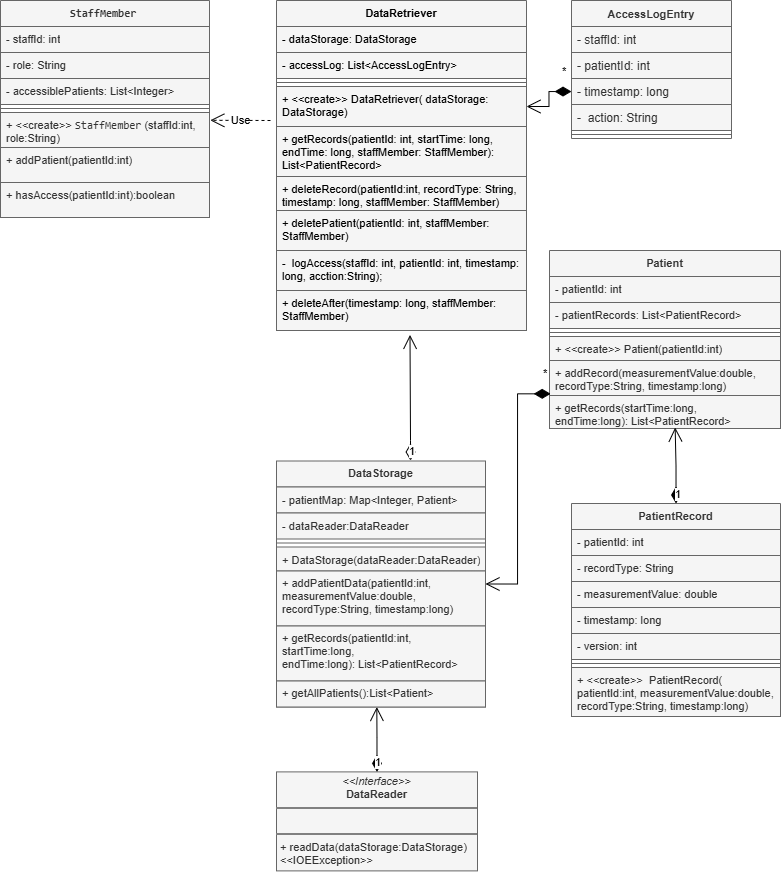
The draw.io diagram uml_models/DiagramDataStorageSystem.png in KlaraAlbertova/signal_project, before a commit. Source tidied: cells renumbered, new cells last; positions are measured from the earlier drawing's top-left corner, leaving out a move shared by most shapes.
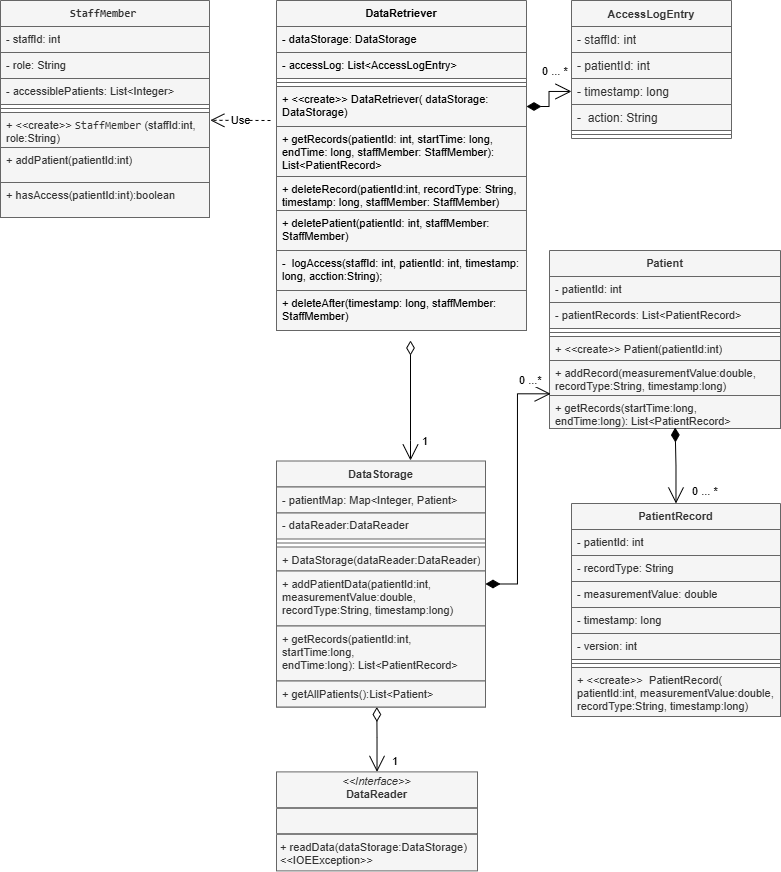
After the change.

The edit, as a diff of the source:
```diff
@@ -50,11 +50,11 @@
     <mxCell id="17" value="&lt;p style=&quot;margin:0px;margin-top:4px;text-align:center;&quot;&gt;&lt;i&gt;&amp;lt;&amp;lt;Interface&amp;gt;&amp;gt;&lt;/i&gt;&lt;br&gt;&lt;span style=&quot;text-align: left;&quot;&gt;&lt;b&gt;DataReader&lt;/b&gt;&lt;/span&gt;&lt;/p&gt;&lt;hr style=&quot;border-style:solid;&quot;&gt;&lt;p style=&quot;margin:0px;margin-left:4px;&quot;&gt;&lt;br&gt;&lt;/p&gt;&lt;hr style=&quot;border-style:solid;&quot;&gt;&lt;p style=&quot;margin:0px;margin-left:4px;&quot;&gt;+&amp;nbsp;&lt;span style=&quot;&quot;&gt;readData&lt;/span&gt;&lt;span style=&quot;&quot;&gt;(dataStorage:&lt;/span&gt;&lt;span style=&quot;&quot;&gt;DataStorage&lt;/span&gt;&lt;span style=&quot;&quot;&gt;) &amp;lt;&amp;lt;IOEException&amp;gt;&amp;gt;&lt;/span&gt;&lt;/p&gt;&lt;p style=&quot;margin:0px;margin-left:4px;&quot;&gt;&lt;br&gt;&lt;/p&gt;" style="verticalAlign=top;align=left;overflow=fill;html=1;whiteSpace=wrap;labelBackgroundColor=none;fontColor=#333333;fontSize=11;fontFamily=Helvetica;fillColor=#f5f5f5;strokeColor=#666666;" parent="1" vertex="1">
       <mxGeometry x="276" y="771.4" width="201" height="99" as="geometry" />
     </mxCell>
-    <mxCell id="18" value="1" style="endArrow=open;html=1;endSize=12;startArrow=diamondThin;startSize=14;startFill=1;edgeStyle=orthogonalEdgeStyle;align=left;verticalAlign=bottom;rounded=0;entryX=0.544;entryY=0.97;entryDx=0;entryDy=0;entryPerimeter=0;strokeColor=light-dark(#000000,#FFFFFF);" parent="1" edge="1" source="9" target="8">
-      <mxGeometry x="-1" y="3" relative="1" as="geometry" />
+    <mxCell id="18" value="0 ... *" style="endArrow=diamondThin;html=1;endSize=12;startArrow=open;startSize=14;startFill=0;edgeStyle=orthogonalEdgeStyle;align=left;verticalAlign=bottom;rounded=0;entryX=0.544;entryY=0.97;entryDx=0;entryDy=0;entryPerimeter=0;strokeColor=light-dark(#000000,#FFFFFF);endFill=1;" parent="1" edge="1" source="9" target="8">
+      <mxGeometry x="-0.92" y="-15" relative="1" as="geometry" />
     </mxCell>
-    <mxCell id="19" value="1" style="endArrow=open;html=1;endSize=12;startArrow=diamondThin;startSize=14;startFill=1;edgeStyle=orthogonalEdgeStyle;align=left;verticalAlign=bottom;rounded=0;entryX=0.48;entryY=1.158;entryDx=0;entryDy=0;entryPerimeter=0;" parent="1" edge="1" source="17">
-      <mxGeometry x="-1" y="3" relative="1" as="geometry">
+    <mxCell id="19" value="1" style="endArrow=diamondThin;html=1;endSize=12;startArrow=open;startSize=14;startFill=0;edgeStyle=orthogonalEdgeStyle;align=left;verticalAlign=bottom;rounded=0;entryX=0.48;entryY=1.158;entryDx=0;entryDy=0;entryPerimeter=0;endFill=0;" parent="1" edge="1" source="17">
+      <mxGeometry x="-0.96" y="-13" relative="1" as="geometry">
         <mxPoint x="376.3" y="706.5" as="targetPoint" />
         <Array as="points">
           <mxPoint x="376" y="737.4" />
@@ -62,8 +62,10 @@
         </Array>
       </mxGeometry>
     </mxCell>
-    <mxCell id="20" value="*" style="endArrow=open;html=1;endSize=12;startArrow=diamondThin;startSize=14;startFill=1;edgeStyle=orthogonalEdgeStyle;align=left;verticalAlign=bottom;rounded=0;entryX=1;entryY=0.5;entryDx=0;entryDy=0;exitX=0.005;exitY=0.952;exitDx=0;exitDy=0;exitPerimeter=0;strokeColor=light-dark(#000000,#FFFFFF);" parent="1" edge="1" source="7" target="39">
-      <mxGeometry x="-0.93" y="-11" relative="1" as="geometry" />
+    <mxCell id="20" value="0 ...*" style="endArrow=diamondThin;html=1;endSize=12;startArrow=open;startSize=14;startFill=0;edgeStyle=orthogonalEdgeStyle;align=left;verticalAlign=bottom;rounded=0;entryX=1;entryY=0.5;entryDx=0;entryDy=0;exitX=0.005;exitY=0.952;exitDx=0;exitDy=0;exitPerimeter=0;strokeColor=light-dark(#000000,#FFFFFF);endFill=1;" parent="1" edge="1" source="7" target="39">
+      <mxGeometry x="-0.74" y="-3" relative="1" as="geometry">
+        <mxPoint x="3" y="-4" as="offset" />
+      </mxGeometry>
     </mxCell>
     <mxCell id="21" value="&lt;span lang=&quot;EN-CA&quot; style=&quot;&quot;&gt;&lt;b&gt;DataRetriever&lt;/b&gt;&lt;/span&gt;" style="swimlane;fontStyle=0;align=center;verticalAlign=top;horizontal=1;startSize=26;whiteSpace=wrap;html=1;fontSize=11;fontFamily=Helvetica;fontColor=light-dark(#000000,#C1C1C1);fillColor=#f5f5f5;strokeColor=#666666;" parent="1" vertex="1">
       <mxGeometry x="276" width="250" height="330" as="geometry" />
@@ -143,9 +145,10 @@
     <mxCell id="46" value="+&amp;nbsp;&lt;span style=&quot;&quot;&gt;getAllPatients&lt;/span&gt;&lt;span style=&quot;&quot;&gt;():&lt;/span&gt;&lt;span style=&quot;&quot;&gt;List&amp;lt;Patient&amp;gt;&lt;/span&gt;" style="text;strokeColor=#666666;fillColor=#f5f5f5;align=left;verticalAlign=top;spacingLeft=4;spacingRight=4;overflow=hidden;whiteSpace=wrap;html=1;labelBackgroundColor=none;fontColor=#333333;fontSize=11;fontFamily=Helvetica;" parent="39" vertex="1">
       <mxGeometry y="220" width="209" height="26" as="geometry" />
     </mxCell>
-    <mxCell id="47" value="1" style="endArrow=open;html=1;endSize=12;startArrow=diamondThin;startSize=14;startFill=0;edgeStyle=orthogonalEdgeStyle;align=left;verticalAlign=bottom;rounded=0;entryX=0.534;entryY=1.11;entryDx=0;entryDy=0;entryPerimeter=0;" parent="1" edge="1" target="30">
-      <mxGeometry x="-1" y="3" relative="1" as="geometry">
+    <mxCell id="47" value="1" style="endArrow=diamondThin;html=1;endSize=12;startArrow=open;startSize=14;startFill=0;edgeStyle=orthogonalEdgeStyle;align=left;verticalAlign=bottom;rounded=0;endFill=0;" parent="1" edge="1">
+      <mxGeometry x="-0.84" y="-10" relative="1" as="geometry">
         <mxPoint x="410" y="460" as="sourcePoint" />
+        <mxPoint x="410" y="340" as="targetPoint" />
         <Array as="points">
           <mxPoint x="410" y="440" />
         </Array>
@@ -174,8 +177,10 @@
     <mxCell id="54" style="line;strokeWidth=1;fillColor=#f5f5f5;align=left;verticalAlign=middle;spacingTop=-1;spacingLeft=3;spacingRight=3;labelPosition=right;strokeColor=#666666;fontColor=light-dark(#333333,#C1C1C1);" parent="49" vertex="1">
       <mxGeometry y="130" width="160" height="8" as="geometry" />
     </mxCell>
-    <mxCell id="55" value="*" style="endArrow=open;html=1;endSize=12;startArrow=diamondThin;startSize=14;startFill=1;edgeStyle=orthogonalEdgeStyle;align=left;verticalAlign=bottom;rounded=0;" parent="1" edge="1" source="52" target="25">
-      <mxGeometry x="-0.63" y="-11" relative="1" as="geometry" />
+    <mxCell id="55" value="0 ... *" style="endArrow=diamondThin;html=1;endSize=12;startArrow=open;startSize=14;startFill=0;edgeStyle=orthogonalEdgeStyle;align=left;verticalAlign=bottom;rounded=0;endFill=1;" parent="1" edge="1" source="52" target="25">
+      <mxGeometry x="-0.25" y="-14" relative="1" as="geometry">
+        <mxPoint x="5" y="-11" as="offset" />
+      </mxGeometry>
     </mxCell>
   </root>
 </mxGraphModel>
```
